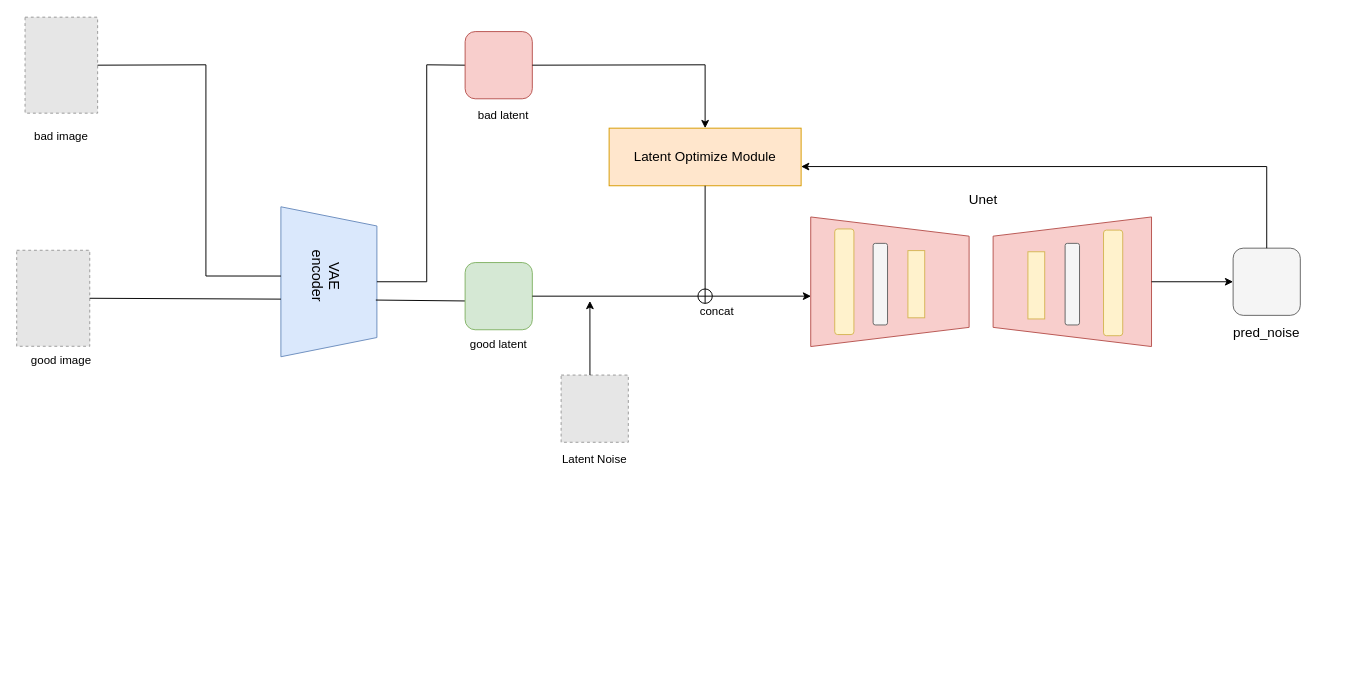
This is drawio/未命名绘图 的副本.drawio from Sinon0919/SwartArt, a draw.io file, before an edit. Source tidied: cells renumbered, new cells numbered last; positions are measured from the earlier drawing's top-left corner, leaving out a move shared by most shapes. Both pictures are drawn from the tidied source at 96%, with x=0, y=0 at pixel (16, 16). Pictures stored in the file or linked from it are replaced by grey dashed boxes.
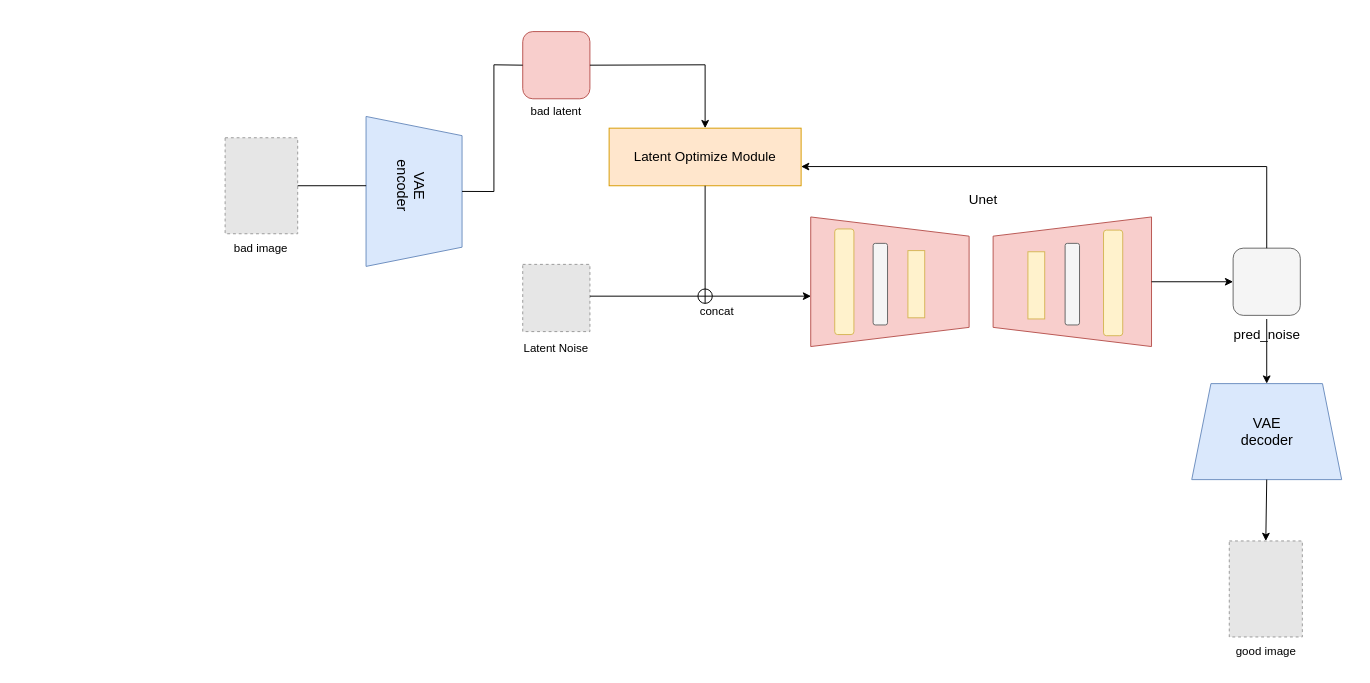
The same diagram, later.

Commit message:
更新未命名绘图 的副本.drawio

The change refers to these unchanged cells:
```xml
<mxCell id="6" style="shape=orEllipse;perimeter=ellipsePerimeter;whiteSpace=wrap;html=1;backgroundOutline=1;" parent="1" vertex="1">
  <mxGeometry x="709.5" y="283.5" width="15" height="15" as="geometry" />
</mxCell>
```

What changed in the source:
```diff
@@
     <mxCell id="3" style="fillColor=#E6E6E6;strokeColor=#999999;dashed=1;verticalLabelPosition=bottom;labelBackgroundColor=default;verticalAlign=top;" parent="1" vertex="1">
-      <mxGeometry x="-0.1" y="243.2" width="76.1" height="100" as="geometry" />
+      <mxGeometry x="1263" y="546" width="76.1" height="100" as="geometry" />
     </mxCell>
     <mxCell id="4" style="shape=trapezoid;perimeter=trapezoidPerimeter;whiteSpace=wrap;html=1;fixedSize=1;rotation=90;fillColor=#dae8fc;strokeColor=#6c8ebf;" parent="1" vertex="1">
-      <mxGeometry x="247" y="226" width="156.2" height="100" as="geometry" />
+      <mxGeometry x="335.7" y="131.9" width="156.2" height="100" as="geometry" />
     </mxCell>
     <mxCell id="5" style="fillColor=#E6E6E6;strokeColor=#999999;dashed=1;verticalLabelPosition=bottom;labelBackgroundColor=default;verticalAlign=top;" parent="1" vertex="1">
-      <mxGeometry x="567" y="373.2" width="70" height="70" as="geometry" />
+      <mxGeometry x="527" y="257.9" width="70" height="70" as="geometry" />
     </mxCell>
@@
     <mxCell id="10" value="&lt;font style=&quot;font-size: 15px;&quot;&gt;VAE encoder&lt;/font&gt;" style="text;strokeColor=none;align=center;fillColor=none;html=1;verticalAlign=middle;whiteSpace=wrap;rounded=0;textDirection=vertical-rl;" parent="1" vertex="1">
-      <mxGeometry x="275.1" y="246" width="91.9" height="48.1" as="geometry" />
+      <mxGeometry x="363.9" y="151.9" width="91.9" height="48.1" as="geometry" />
     </mxCell>
     <mxCell id="11" value="bad image" style="text;strokeColor=none;align=center;fillColor=none;html=1;verticalAlign=middle;whiteSpace=wrap;rounded=0;" parent="1" vertex="1">
-      <mxGeometry x="-0.1" y="110.4" width="93" height="30" as="geometry" />
+      <mxGeometry x="208.3" y="226" width="93" height="30" as="geometry" />
     </mxCell>
     <mxCell id="12" value="good image" style="text;strokeColor=none;align=center;fillColor=none;html=1;verticalAlign=middle;whiteSpace=wrap;rounded=0;" parent="1" vertex="1">
-      <mxGeometry x="-0.1" y="343.2" width="93" height="30" as="geometry" />
+      <mxGeometry x="1254.5" y="646" width="93" height="30" as="geometry" />
     </mxCell>
     <mxCell id="13" style="fillColor=#E6E6E6;strokeColor=#999999;dashed=1;verticalLabelPosition=bottom;labelBackgroundColor=default;verticalAlign=top;" parent="1" vertex="1">
-      <mxGeometry x="8.6" y="0.4" width="75.6" height="100" as="geometry" />
+      <mxGeometry x="217" y="126" width="75.6" height="100" as="geometry" />
     </mxCell>
@@
-    <mxCell id="18" style="endArrow=none;html=1;rounded=0;exitX=1;exitY=0.5;exitDx=0;exitDy=0;entryX=0;entryY=0.5;entryDx=0;entryDy=0;" parent="1" edge="1" source="13" target="10">
-      <mxGeometry relative="1" as="geometry">
-        <Array as="points">
-          <mxPoint x="197" y="50" />
-          <mxPoint x="197" y="270" />
-        </Array>
-      </mxGeometry>
-    </mxCell>
-    <mxCell id="19" style="endArrow=none;html=1;rounded=0;exitX=1;exitY=0.5;exitDx=0;exitDy=0;entryX=0;entryY=1;entryDx=0;entryDy=0;" parent="1" edge="1" source="3" target="10">
-      <mxGeometry relative="1" as="geometry" />
-    </mxCell>
-    <mxCell id="20" style="endArrow=none;html=1;rounded=0;exitX=0.622;exitY=0.011;exitDx=0;exitDy=0;exitPerimeter=0;" parent="1" edge="1" source="4">
-      <mxGeometry relative="1" as="geometry">
-        <mxPoint x="467" y="296" as="targetPoint" />
-      </mxGeometry>
-    </mxCell>
-    <mxCell id="21" style="endArrow=none;html=1;rounded=0;exitX=0.5;exitY=0;exitDx=0;exitDy=0;entryX=0;entryY=0.5;entryDx=0;entryDy=0;" parent="1" edge="1" source="4" target="22">
-      <mxGeometry relative="1" as="geometry">
-        <Array as="points">
-          <mxPoint x="427" y="276" />
-          <mxPoint x="427" y="50" />
-        </Array>
-      </mxGeometry>
-    </mxCell>
     <mxCell id="22" style="rounded=1;whiteSpace=wrap;html=1;fillColor=#f8cecc;strokeColor=#b85450;" parent="1" vertex="1">
-      <mxGeometry x="467" y="15.4" width="70" height="70" as="geometry" />
+      <mxGeometry x="527" y="15.4" width="70" height="70" as="geometry" />
     </mxCell>
-    <mxCell id="23" style="rounded=1;whiteSpace=wrap;html=1;fillColor=#d5e8d4;strokeColor=#82b366;" parent="1" vertex="1">
-      <mxGeometry x="467" y="256" width="70" height="70" as="geometry" />
-    </mxCell>
@@
-    <mxCell id="25" style="endArrow=classic;html=1;rounded=0;exitX=0.429;exitY=0;exitDx=0;exitDy=0;exitPerimeter=0;" parent="1" edge="1" source="5">
-      <mxGeometry relative="1" as="geometry">
-        <mxPoint x="597" y="296" as="targetPoint" />
-      </mxGeometry>
-    </mxCell>
     <mxCell id="26" value="Latent Noise" style="text;strokeColor=none;align=center;fillColor=none;html=1;verticalAlign=middle;whiteSpace=wrap;rounded=0;" parent="1" vertex="1">
-      <mxGeometry x="557" y="426" width="90" height="70" as="geometry" />
+      <mxGeometry x="517" y="311" width="90" height="70" as="geometry" />
     </mxCell>
@@
-    <mxCell id="28" style="endArrow=none;html=1;rounded=0;entryX=0;entryY=0.5;entryDx=0;entryDy=0;exitX=1;exitY=0.5;exitDx=0;exitDy=0;" parent="1" edge="1" source="23" target="6">
-      <mxGeometry relative="1" as="geometry" />
+    <mxCell id="28" style="endArrow=none;html=1;rounded=0;entryX=0;entryY=0.5;entryDx=0;entryDy=0;" parent="1" edge="1" target="6">
+      <mxGeometry relative="1" as="geometry">
+        <mxPoint x="597" y="291" as="sourcePoint" />
+      </mxGeometry>
     </mxCell>
@@
     <mxCell id="36" value="&lt;span style=&quot;font-size: 14px;&quot;&gt;pred_noise&lt;/span&gt;" style="text;strokeColor=none;align=center;fillColor=none;html=1;verticalAlign=middle;whiteSpace=wrap;rounded=0;" parent="1" vertex="1">
-      <mxGeometry x="1212" y="294.1" width="180" height="70" as="geometry" />
+      <mxGeometry x="1254.5" y="314.8" width="95" height="31.9" as="geometry" />
     </mxCell>
@@
     <mxCell id="38" value="bad&amp;nbsp;&lt;span style=&quot;background-color: initial;&quot;&gt;latent&lt;/span&gt;&lt;div&gt;&lt;br&gt;&lt;/div&gt;" style="text;strokeColor=none;align=center;fillColor=none;html=1;verticalAlign=middle;whiteSpace=wrap;rounded=0;" parent="1" vertex="1">
-      <mxGeometry x="417" y="100.4" width="180" height="20" as="geometry" />
+      <mxGeometry x="472" y="96" width="180" height="20" as="geometry" />
     </mxCell>
-    <mxCell id="39" value="good&amp;nbsp;&lt;span style=&quot;background-color: initial;&quot;&gt;latent&lt;/span&gt;&lt;div&gt;&lt;br&gt;&lt;/div&gt;" style="text;strokeColor=none;align=center;fillColor=none;html=1;verticalAlign=middle;whiteSpace=wrap;rounded=0;" parent="1" vertex="1">
-      <mxGeometry x="412" y="338.5" width="180" height="20" as="geometry" />
-    </mxCell>
+    <mxCell id="18" style="endArrow=none;html=1;rounded=0;entryX=0;entryY=0.5;entryDx=0;entryDy=0;" parent="1" edge="1" source="13" target="10">
+      <mxGeometry relative="1" as="geometry" />
+    </mxCell>
+    <mxCell id="21" style="endArrow=none;html=1;rounded=0;entryX=0;entryY=0.5;entryDx=0;entryDy=0;exitX=0.5;exitY=0;exitDx=0;exitDy=0;" parent="1" edge="1" source="4" target="22">
+      <mxGeometry relative="1" as="geometry">
+        <Array as="points">
+          <mxPoint x="497" y="182" />
+          <mxPoint x="497" y="50" />
+        </Array>
+      </mxGeometry>
+    </mxCell>
+    <mxCell id="40" style="shape=trapezoid;perimeter=trapezoidPerimeter;whiteSpace=wrap;html=1;fixedSize=1;rotation=90;fillColor=#dae8fc;strokeColor=#6c8ebf;direction=north;" parent="1" vertex="1">
+      <mxGeometry x="1252" y="354" width="100" height="156.2" as="geometry" />
+    </mxCell>
+    <mxCell id="41" value="&lt;font style=&quot;font-size: 15px;&quot;&gt;VAE decoder&lt;/font&gt;" style="text;strokeColor=none;align=center;fillColor=none;html=1;verticalAlign=middle;whiteSpace=wrap;rounded=0;direction=north;flipH=1;" parent="1" vertex="1">
+      <mxGeometry x="1275.5" y="399.1" width="53.1" height="66.1" as="geometry" />
+    </mxCell>
+    <mxCell id="42" style="endArrow=classic;html=1;rounded=0;exitX=0.5;exitY=0;exitDx=0;exitDy=0;entryX=0.5;entryY=0;entryDx=0;entryDy=0;" parent="1" edge="1" source="36" target="40">
+      <mxGeometry relative="1" as="geometry" />
+    </mxCell>
+    <mxCell id="43" style="endArrow=classic;html=1;rounded=0;exitX=0.5;exitY=1;exitDx=0;exitDy=0;entryX=0.5;entryY=0;entryDx=0;entryDy=0;" parent="1" edge="1" source="40" target="3">
+      <mxGeometry relative="1" as="geometry" />
+    </mxCell>
```
